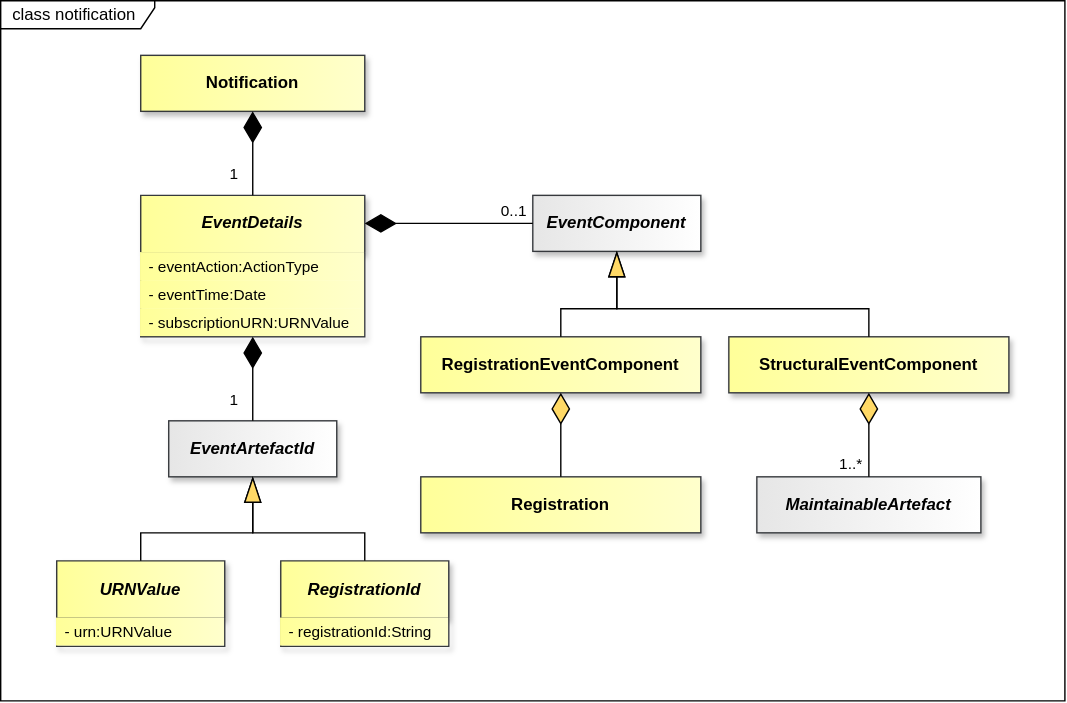
Before: docs/logical_interfaces/media/sdmx_registry-notification.svg, a diagram exported from draw.io (sdmx-twg/sdmx-im). Source tidied: cells renumbered, new cells last; positions are measured from the earlier drawing's top-left corner, leaving out a move shared by most shapes.
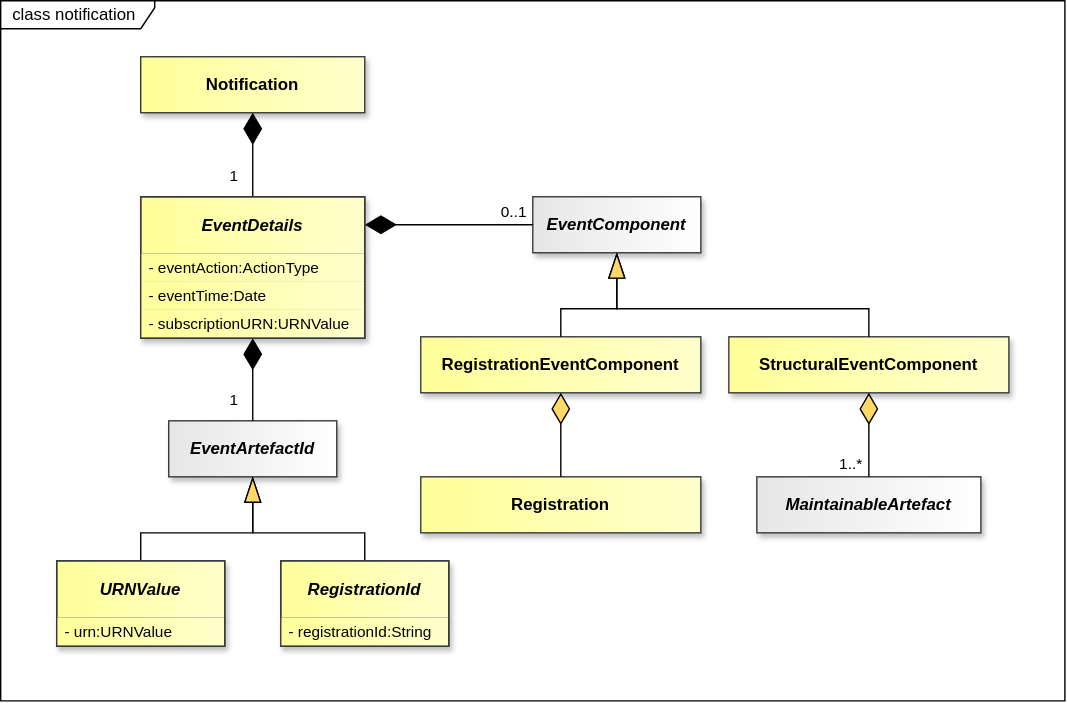
Later version of the same file.

Change to the diagram source:
```diff
@@ -153,18 +153,18 @@
       <mxGeometry relative="1" as="geometry" />
     </mxCell>
     <mxCell id="52" value="Notification" style="whiteSpace=wrap;html=1;verticalAlign=middle;gradientDirection=east;imageVerticalAlign=top;fontStyle=1;fillColor=light-dark(#FFFF99,#FFFF99);strokeColor=#36393d;fontColor=light-dark(#000000,#000000);gradientColor=light-dark(#FFFFCC,#FFFFCC);shadow=1;" parent="1" vertex="1">
-      <mxGeometry x="100" y="39" width="160" height="40" as="geometry" />
+      <mxGeometry x="100" y="40" width="160" height="40" as="geometry" />
     </mxCell>
     <mxCell id="53" value="EventDetails" style="swimlane;fontStyle=3;align=center;verticalAlign=middle;horizontal=1;startSize=41;whiteSpace=wrap;html=1;strokeColor=#36393d;fontFamily=Helvetica;fontSize=12;fillColor=light-dark(#FFFF99,#FFFF99);gradientDirection=east;gradientColor=light-dark(#FFFFCC,#FFFFCC);fontColor=light-dark(#000000,#000000);shadow=1;" parent="1" vertex="1">
-      <mxGeometry x="100" y="139" width="160" height="101" as="geometry" />
+      <mxGeometry x="100" y="140" width="160" height="101" as="geometry" />
     </mxCell>
-    <mxCell id="54" value="- eventAction:ActionType" style="text;strokeColor=none;fillColor=light-dark(#FFFF99,#FFFF99);align=left;verticalAlign=middle;spacingLeft=4;spacingRight=4;overflow=hidden;whiteSpace=wrap;html=1;fontFamily=Helvetica;fontSize=11;fontColor=light-dark(#000000,#000000);fontStyle=0;gradientColor=light-dark(#FFFFCC,#FFFFCC);gradientDirection=east;" parent="53" vertex="1">
+    <mxCell id="54" value="- eventAction:ActionType" style="text;strokeColor=none;fillColor=light-dark(#FFFF99,#FFFF99);align=left;verticalAlign=middle;spacingLeft=4;spacingRight=4;overflow=hidden;whiteSpace=wrap;html=1;fontFamily=Helvetica;fontSize=11;fontColor=light-dark(#000000,#000000);fontStyle=0;gradientColor=light-dark(#FFFFCC,#FFFFCC);gradientDirection=east;shadow=1;" parent="53" vertex="1">
       <mxGeometry y="41" width="160" height="20" as="geometry" />
     </mxCell>
-    <mxCell id="55" value="- eventTime:Date" style="text;strokeColor=none;fillColor=light-dark(#FFFF99,#FFFF99);align=left;verticalAlign=middle;spacingLeft=4;spacingRight=4;overflow=hidden;whiteSpace=wrap;html=1;fontFamily=Helvetica;fontSize=11;fontColor=light-dark(#000000,#000000);fontStyle=0;gradientColor=light-dark(#FFFFCC,#FFFFCC);gradientDirection=east;" parent="53" vertex="1">
+    <mxCell id="55" value="- eventTime:Date" style="text;strokeColor=none;fillColor=light-dark(#FFFF99,#FFFF99);align=left;verticalAlign=middle;spacingLeft=4;spacingRight=4;overflow=hidden;whiteSpace=wrap;html=1;fontFamily=Helvetica;fontSize=11;fontColor=light-dark(#000000,#000000);fontStyle=0;gradientColor=light-dark(#FFFFCC,#FFFFCC);gradientDirection=east;shadow=1;" parent="53" vertex="1">
       <mxGeometry y="61" width="160" height="20" as="geometry" />
     </mxCell>
-    <mxCell id="56" value="- subscriptionURN:URNValue" style="text;strokeColor=none;fillColor=light-dark(#FFFF99,#FFFF99);align=left;verticalAlign=middle;spacingLeft=4;spacingRight=4;overflow=hidden;whiteSpace=wrap;html=1;fontFamily=Helvetica;fontSize=11;fontColor=light-dark(#000000,#000000);fontStyle=0;gradientColor=light-dark(#FFFFCC,#FFFFCC);gradientDirection=east;" parent="53" vertex="1">
+    <mxCell id="56" value="- subscriptionURN:URNValue" style="text;strokeColor=none;fillColor=light-dark(#FFFF99,#FFFF99);align=left;verticalAlign=middle;spacingLeft=4;spacingRight=4;overflow=hidden;whiteSpace=wrap;html=1;fontFamily=Helvetica;fontSize=11;fontColor=light-dark(#000000,#000000);fontStyle=0;gradientColor=light-dark(#FFFFCC,#FFFFCC);gradientDirection=east;shadow=1;" parent="53" vertex="1">
       <mxGeometry y="81" width="160" height="20" as="geometry" />
     </mxCell>
     <mxCell id="57" style="endArrow=none;html=1;endSize=12;startArrow=diamondThin;startSize=20;startFill=1;edgeStyle=orthogonalEdgeStyle;rounded=0;exitX=0.5;exitY=1;exitDx=0;exitDy=0;endFill=0;strokeColor=light-dark(#000000,#FFFFFF);fontColor=light-dark(#000000,#FFFFFF);labelBackgroundColor=none;entryX=0.5;entryY=0;entryDx=0;entryDy=0;" parent="1" edge="1" source="52" target="53">
@@ -176,7 +176,7 @@
       </mxGeometry>
     </mxCell>
     <mxCell id="59" value="EventComponent" style="whiteSpace=wrap;html=1;verticalAlign=middle;gradientDirection=east;imageVerticalAlign=top;fontStyle=3;fillColor=light-dark(#E6E6E6,#E6E6E6);strokeColor=#36393d;fontColor=light-dark(#000000,#000000);gradientColor=light-dark(#FFFFFF,#FFFFFF);shadow=1;" parent="1" vertex="1">
-      <mxGeometry x="380" y="139" width="120" height="40" as="geometry" />
+      <mxGeometry x="380" y="140" width="120" height="40" as="geometry" />
     </mxCell>
     <mxCell id="60" style="endArrow=none;html=1;endSize=12;startArrow=diamondThin;startSize=20;startFill=1;edgeStyle=orthogonalEdgeStyle;rounded=0;exitX=1;exitY=0.198;exitDx=0;exitDy=0;endFill=0;strokeColor=light-dark(#000000,#FFFFFF);fontColor=light-dark(#000000,#FFFFFF);labelBackgroundColor=none;entryX=0;entryY=0.5;entryDx=0;entryDy=0;exitPerimeter=0;" parent="1" edge="1" source="53" target="59">
       <mxGeometry x="0.65" relative="1" as="geometry" />
@@ -200,13 +200,13 @@
     <mxCell id="65" value="URNValue" style="swimlane;fontStyle=3;align=center;verticalAlign=middle;horizontal=1;startSize=41;whiteSpace=wrap;html=1;strokeColor=#36393d;fontFamily=Helvetica;fontSize=12;fillColor=light-dark(#FFFF99,#FFFF99);gradientDirection=east;gradientColor=light-dark(#FFFFCC,#FFFFCC);fontColor=light-dark(#000000,#000000);shadow=1;" parent="1" vertex="1">
       <mxGeometry x="40" y="400" width="120" height="61" as="geometry" />
     </mxCell>
-    <mxCell id="66" value="- urn:URNValue" style="text;strokeColor=none;fillColor=light-dark(#FFFF99,#FFFF99);align=left;verticalAlign=middle;spacingLeft=4;spacingRight=4;overflow=hidden;whiteSpace=wrap;html=1;fontFamily=Helvetica;fontSize=11;fontColor=light-dark(#000000,#000000);fontStyle=0;gradientColor=light-dark(#FFFFCC,#FFFFCC);gradientDirection=east;" parent="65" vertex="1">
+    <mxCell id="66" value="- urn:URNValue" style="text;strokeColor=none;fillColor=light-dark(#FFFF99,#FFFF99);align=left;verticalAlign=middle;spacingLeft=4;spacingRight=4;overflow=hidden;whiteSpace=wrap;html=1;fontFamily=Helvetica;fontSize=11;fontColor=light-dark(#000000,#000000);fontStyle=0;gradientColor=light-dark(#FFFFCC,#FFFFCC);gradientDirection=east;shadow=1;" parent="65" vertex="1">
       <mxGeometry y="41" width="120" height="20" as="geometry" />
     </mxCell>
     <mxCell id="67" value="RegistrationId" style="swimlane;fontStyle=3;align=center;verticalAlign=middle;horizontal=1;startSize=41;whiteSpace=wrap;html=1;strokeColor=#36393d;fontFamily=Helvetica;fontSize=12;fillColor=light-dark(#FFFF99,#FFFF99);gradientDirection=east;gradientColor=light-dark(#FFFFCC,#FFFFCC);fontColor=light-dark(#000000,#000000);shadow=1;" parent="1" vertex="1">
       <mxGeometry x="200" y="400" width="120" height="61" as="geometry" />
     </mxCell>
-    <mxCell id="68" value="- registrationId:String" style="text;strokeColor=none;fillColor=light-dark(#FFFF99,#FFFF99);align=left;verticalAlign=middle;spacingLeft=4;spacingRight=4;overflow=hidden;whiteSpace=wrap;html=1;fontFamily=Helvetica;fontSize=11;fontColor=light-dark(#000000,#000000);fontStyle=0;gradientColor=light-dark(#FFFFCC,#FFFFCC);gradientDirection=east;" parent="67" vertex="1">
+    <mxCell id="68" value="- registrationId:String" style="text;strokeColor=none;fillColor=light-dark(#FFFF99,#FFFF99);align=left;verticalAlign=middle;spacingLeft=4;spacingRight=4;overflow=hidden;whiteSpace=wrap;html=1;fontFamily=Helvetica;fontSize=11;fontColor=light-dark(#000000,#000000);fontStyle=0;gradientColor=light-dark(#FFFFCC,#FFFFCC);gradientDirection=east;shadow=1;" parent="67" vertex="1">
       <mxGeometry y="41" width="120" height="20" as="geometry" />
     </mxCell>
     <mxCell id="69" value="RegistrationEventComponent" style="whiteSpace=wrap;html=1;verticalAlign=middle;gradientDirection=east;imageVerticalAlign=top;fontStyle=1;fillColor=light-dark(#FFFF99,#FFFF99);strokeColor=#36393d;fontColor=light-dark(#000000,#000000);gradientColor=light-dark(#FFFFCC,#FFFFCC);shadow=1;" parent="1" vertex="1">
@@ -268,5 +268,14 @@
         <mxPoint x="-14" y="-2" as="offset" />
       </mxGeometry>
     </mxCell>
+    <mxCell id="80" style="rounded=0;whiteSpace=wrap;html=1;fillColor=none;strokeColor=#36393D;" parent="1" vertex="1">
+      <mxGeometry x="100" y="140" width="160" height="101" as="geometry" />
+    </mxCell>
+    <mxCell id="81" style="rounded=0;whiteSpace=wrap;html=1;fillColor=none;strokeColor=#36393D;" parent="1" vertex="1">
+      <mxGeometry x="40" y="400" width="120" height="61" as="geometry" />
+    </mxCell>
+    <mxCell id="82" style="rounded=0;whiteSpace=wrap;html=1;fillColor=none;strokeColor=#36393D;" parent="1" vertex="1">
+      <mxGeometry x="200" y="400" width="120" height="61" as="geometry" />
+    </mxCell>
   </root>
 </mxGraphModel>
```
